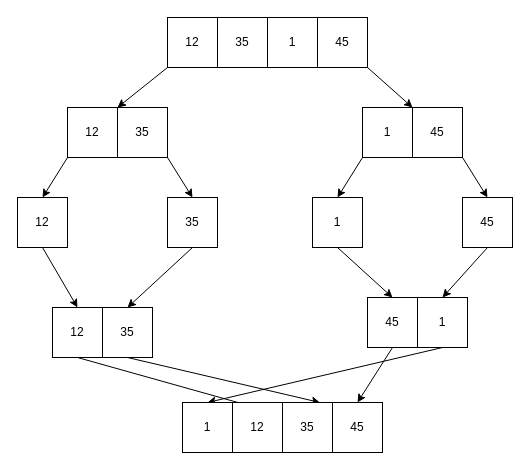
This is _notebooks/chart.drawio from realethantran/ethanRepo, a draw.io file, before an edit. Source tidied: cells renumbered, new cells numbered last; positions are measured from the earlier drawing's top-left corner, leaving out a move shared by most shapes. Both pictures are drawn from the tidied source at 100%, with x=0, y=0 at pixel (17, 17).
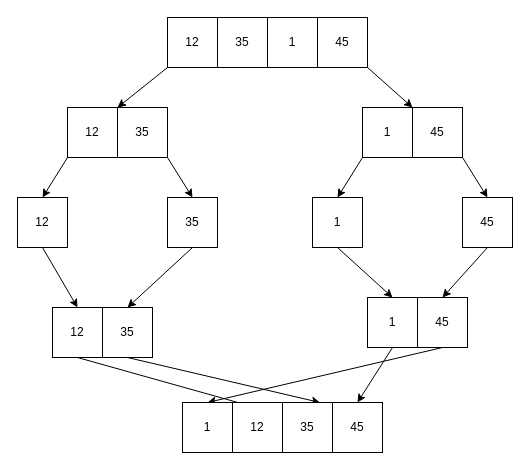
After the change.

Diff of the diagram source:
```diff
@@
-    <mxCell id="29" value="1" style="whiteSpace=wrap;html=1;" parent="1" vertex="1">
+    <mxCell id="29" value="45" style="whiteSpace=wrap;html=1;" parent="1" vertex="1">
       <mxGeometry x="400" y="280" width="50" height="50" as="geometry" />
     </mxCell>
@@
-    <mxCell id="31" value="45" style="whiteSpace=wrap;html=1;" parent="1" vertex="1">
+    <mxCell id="31" value="1" style="whiteSpace=wrap;html=1;" parent="1" vertex="1">
       <mxGeometry x="350" y="280" width="50" height="50" as="geometry" />
     </mxCell>
```
